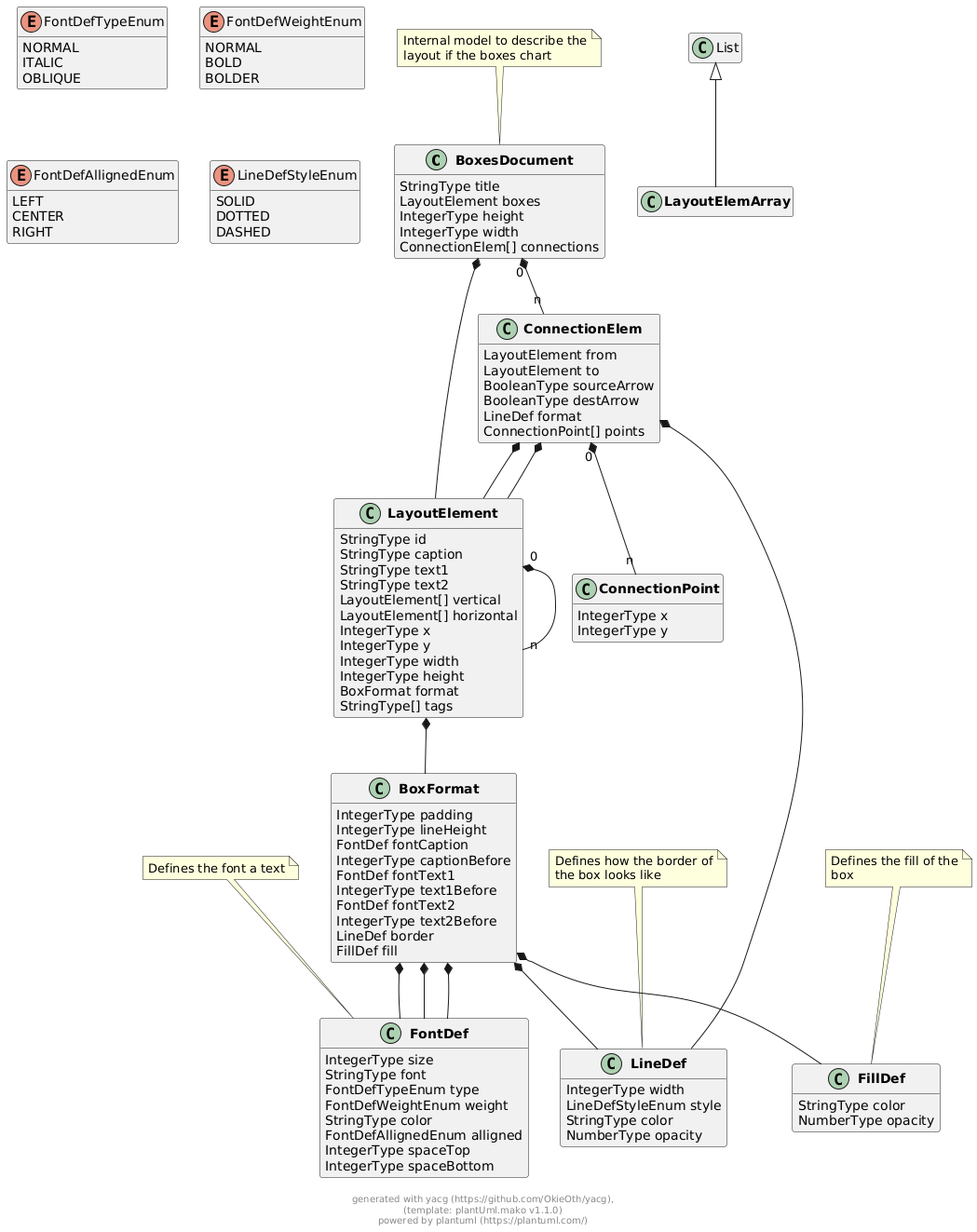
OkieOth/draw.chart.things keeps this PlantUML diagram as docs/models/png/boxes_document.png. Above is the earlier version.
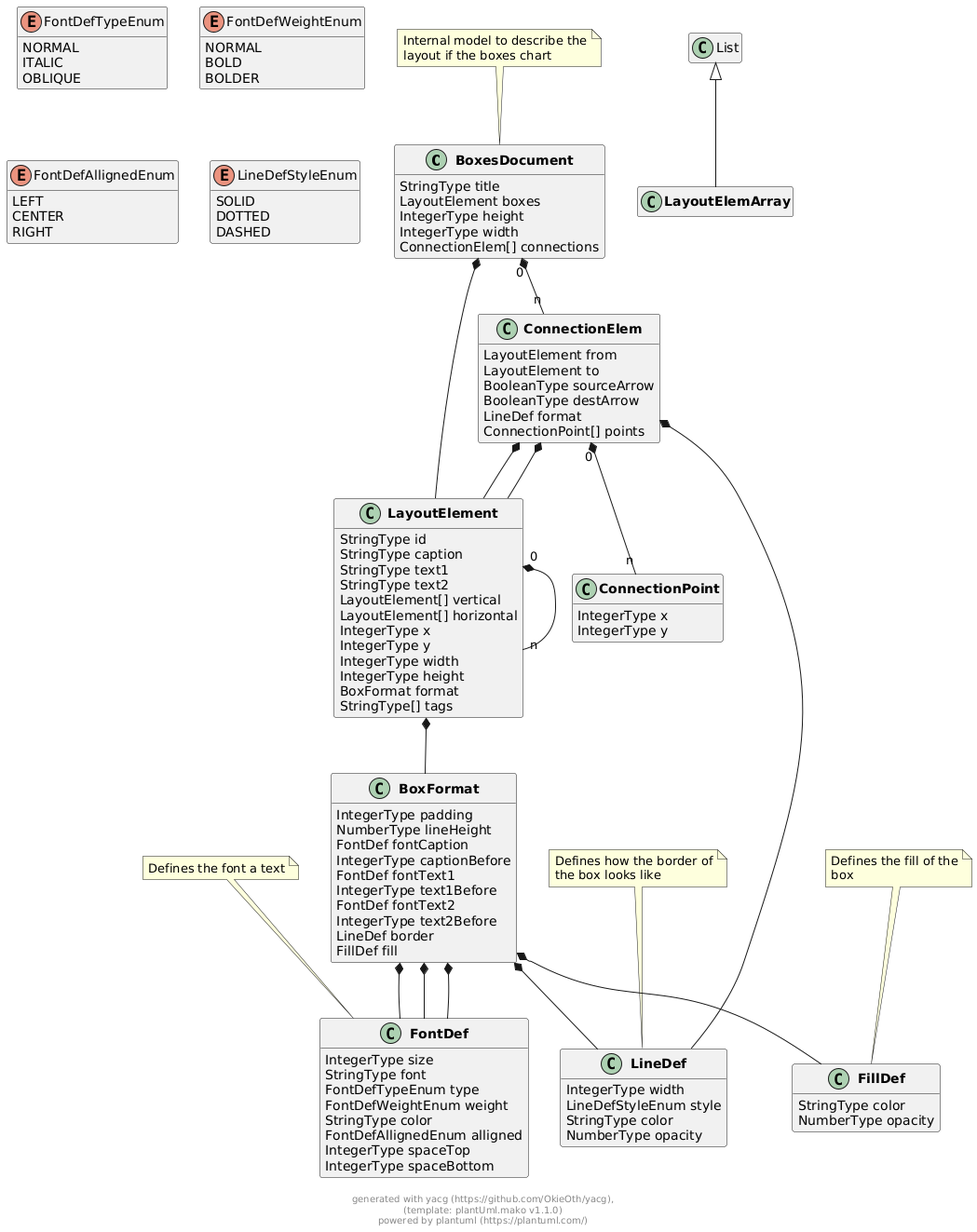
Later version of the same file.

Diff of the diagram source:
```diff
@@ -47,7 +47,7 @@
 
 class "**BoxFormat**" as BoxFormat {
         IntegerType padding
-        IntegerType lineHeight
+        NumberType lineHeight
         FontDef fontCaption
         IntegerType captionBefore
         FontDef fontText1
```
